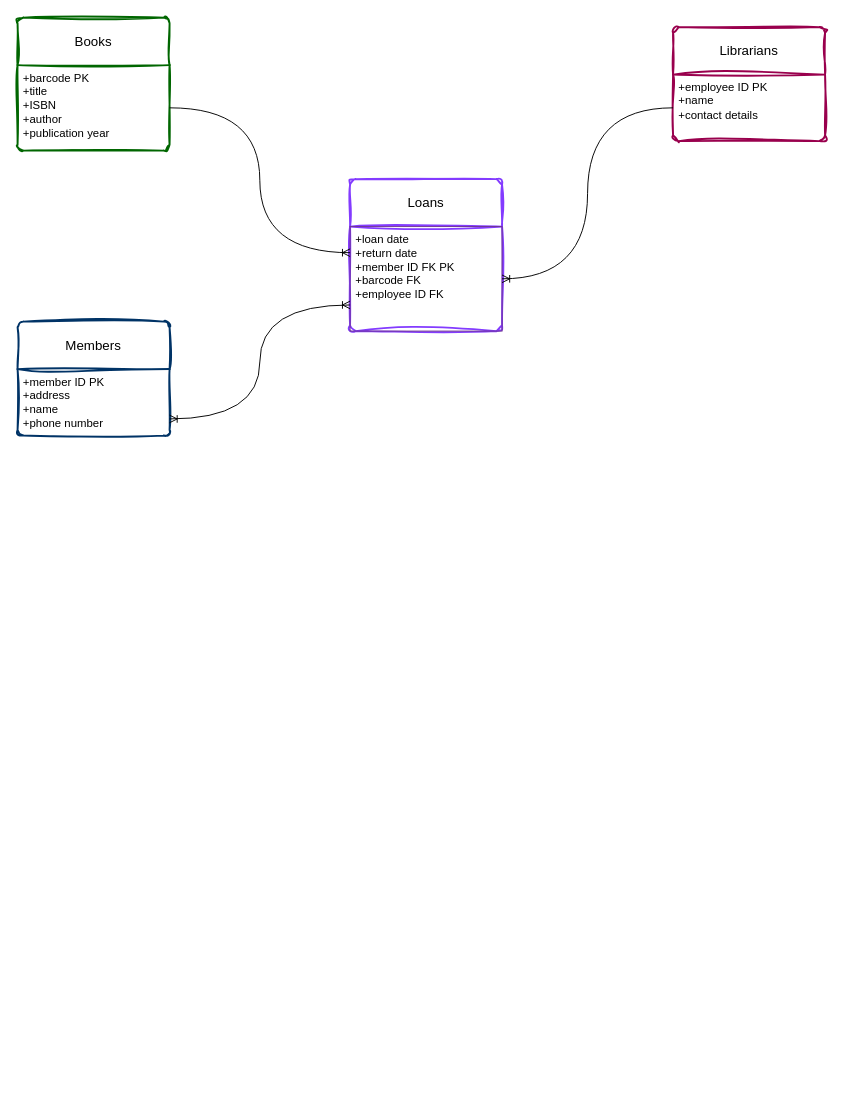
Before: at1/Thursday Library.drawio in Cha0ticDawn/at1, a draw.io diagram. Source tidied: cells renumbered, new cells numbered last; positions are measured from the earlier drawing's top-left corner, leaving out a move shared by most shapes. Both pictures are drawn from the tidied source at 95%, with x=0, y=0 at pixel (17, 17).
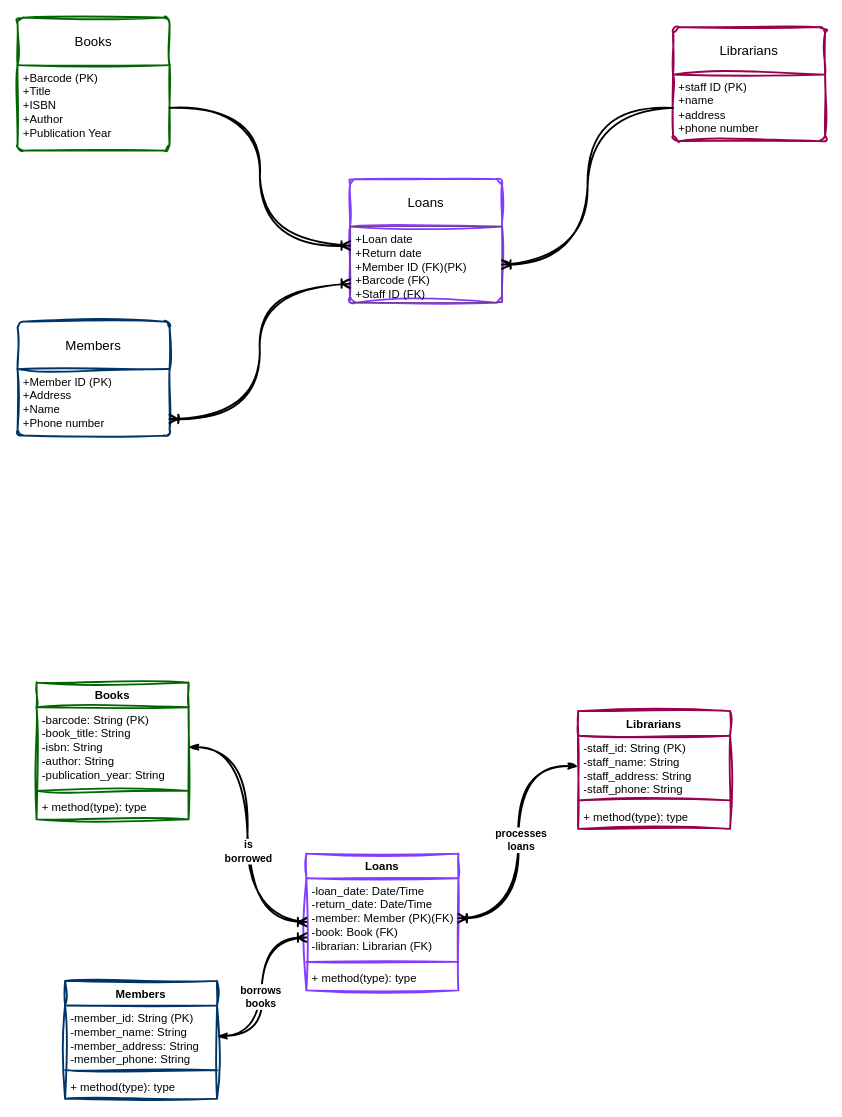
Above is the later version.

The change refers to these unchanged cells:
```xml
<mxCell id="2" value="Librarians" style="swimlane;horizontal=1;startSize=50;rounded=1;fontSize=14;fontStyle=0;strokeWidth=2;shadow=0;dashed=0;align=center;arcSize=4;whiteSpace=wrap;html=1;strokeColor=#99004D;sketch=1;curveFitting=1;jiggle=2;" parent="1" vertex="1">
  <mxGeometry x="690" y="10" width="160" height="120" as="geometry" />
</mxCell>
<mxCell id="6" value="Members" style="swimlane;horizontal=1;startSize=50;rounded=1;fontSize=14;fontStyle=0;strokeWidth=2;shadow=0;dashed=0;align=center;arcSize=4;whiteSpace=wrap;html=1;strokeColor=#003366;sketch=1;curveFitting=1;jiggle=2;" parent="1" vertex="1">
  <mxGeometry y="320" width="160" height="120" as="geometry" />
</mxCell>
<mxCell id="8" value="Books" style="swimlane;horizontal=1;startSize=50;rounded=1;fontSize=14;fontStyle=0;strokeWidth=2;shadow=0;dashed=0;align=center;arcSize=4;whiteSpace=wrap;html=1;strokeColor=#006600;sketch=1;curveFitting=1;jiggle=2;" parent="1" vertex="1">
  <mxGeometry width="160" height="140" as="geometry" />
</mxCell>
```

The edit, as a diff of the source:
```diff
@@
-    <mxCell id="3" value="+employee ID PK&lt;div&gt;+name&lt;/div&gt;&lt;div&gt;+contact details&lt;/div&gt;" style="align=left;strokeColor=none;fillColor=none;spacingLeft=4;fontSize=12;verticalAlign=top;html=1;" parent="2" vertex="1">
+    <mxCell id="3" value="+staff ID (PK)&lt;div&gt;+name&lt;/div&gt;&lt;div&gt;+address&lt;/div&gt;&lt;div&gt;+phone number&lt;/div&gt;" style="align=left;strokeColor=none;fillColor=none;spacingLeft=4;fontSize=12;verticalAlign=top;html=1;" parent="2" vertex="1">
       <mxGeometry y="50" width="160" height="70" as="geometry" />
     </mxCell>
     <mxCell id="4" value="Loans" style="swimlane;horizontal=1;startSize=50;rounded=1;fontSize=14;fontStyle=0;strokeWidth=2;shadow=0;dashed=0;align=center;arcSize=4;whiteSpace=wrap;html=1;strokeColor=#833BFF;fillStyle=hatch;gradientColor=none;swimlaneFillColor=none;glass=0;sketch=1;curveFitting=1;jiggle=2;" parent="1" vertex="1">
-      <mxGeometry x="350" y="170" width="160" height="160" as="geometry" />
+      <mxGeometry x="350" y="170" width="160" height="130" as="geometry" />
     </mxCell>
-    <mxCell id="5" value="+loan date&amp;nbsp;&lt;br&gt;+return date&lt;div&gt;+member ID FK PK&lt;/div&gt;&lt;div&gt;+barcode FK&lt;/div&gt;&lt;div&gt;+employee ID FK&lt;/div&gt;" style="align=left;strokeColor=#6E368F;fillColor=none;spacingLeft=4;fontSize=12;verticalAlign=top;html=1;" parent="4" vertex="1">
-      <mxGeometry y="50" width="160" height="110" as="geometry" />
+    <mxCell id="5" value="+Loan date&amp;nbsp;&lt;br&gt;+Return date&lt;div&gt;+Member ID (FK)(PK)&lt;/div&gt;&lt;div&gt;+Barcode (FK)&lt;/div&gt;&lt;div&gt;+Staff ID (FK)&lt;/div&gt;" style="align=left;strokeColor=#6E368F;fillColor=none;spacingLeft=4;fontSize=12;verticalAlign=top;html=1;" parent="4" vertex="1">
+      <mxGeometry y="50" width="160" height="80" as="geometry" />
     </mxCell>
@@
-    <mxCell id="7" value="&lt;div&gt;+member ID PK&lt;br&gt;+address&lt;br&gt;+name&lt;div&gt;+phone number&lt;/div&gt;&lt;/div&gt;" style="align=left;strokeColor=none;fillColor=none;spacingLeft=4;fontSize=12;verticalAlign=top;html=1;" parent="6" vertex="1">
+    <mxCell id="7" value="&lt;div&gt;+Member ID (PK)&lt;br&gt;+Address&lt;br&gt;+Name&lt;div&gt;+Phone number&lt;/div&gt;&lt;/div&gt;" style="align=left;strokeColor=none;fillColor=none;spacingLeft=4;fontSize=12;verticalAlign=top;html=1;" parent="6" vertex="1">
       <mxGeometry y="50" width="160" height="70" as="geometry" />
     </mxCell>
@@
-    <mxCell id="9" value="&lt;div&gt;+barcode PK&lt;br&gt;&lt;/div&gt;+title&lt;br&gt;+ISBN&lt;br&gt;+author&lt;div&gt;+publication year&lt;/div&gt;" style="align=left;strokeColor=none;fillColor=none;spacingLeft=4;fontSize=12;verticalAlign=top;html=1;" parent="8" vertex="1">
+    <mxCell id="9" value="&lt;div&gt;+Barcode (PK)&lt;br&gt;&lt;/div&gt;+Title&lt;br&gt;+ISBN&lt;br&gt;+Author&lt;div&gt;+Publication Year&lt;/div&gt;" style="align=left;strokeColor=none;fillColor=none;spacingLeft=4;fontSize=12;verticalAlign=top;html=1;" parent="8" vertex="1">
       <mxGeometry y="50" width="160" height="90" as="geometry" />
     </mxCell>
-    <mxCell id="10" style="rounded=0;jettySize=auto;html=1;exitX=0;exitY=0.75;exitDx=0;exitDy=0;entryX=1;entryY=0.75;entryDx=0;entryDy=0;endArrow=ERoneToMany;endFill=0;startArrow=ERoneToMany;startFill=0;edgeStyle=orthogonalEdgeStyle;curved=1;" parent="1" edge="1" source="5" target="7">
+    <mxCell id="10" style="rounded=0;jettySize=auto;html=1;exitX=0;exitY=0.75;exitDx=0;exitDy=0;entryX=1;entryY=0.75;entryDx=0;entryDy=0;endArrow=ERoneToMany;endFill=0;startArrow=ERoneToMany;startFill=0;edgeStyle=orthogonalEdgeStyle;curved=1;strokeWidth=2;sketch=1;curveFitting=1;jiggle=2;" parent="1" edge="1" source="5" target="7">
       <mxGeometry relative="1" as="geometry" />
     </mxCell>
-    <mxCell id="11" style="edgeStyle=orthogonalEdgeStyle;rounded=0;jettySize=auto;html=1;exitX=1;exitY=0.5;exitDx=0;exitDy=0;entryX=0;entryY=0.25;entryDx=0;entryDy=0;curved=1;endArrow=ERoneToMany;endFill=0;" parent="1" edge="1" source="9" target="5">
+    <mxCell id="11" style="edgeStyle=orthogonalEdgeStyle;rounded=0;jettySize=auto;html=1;exitX=1;exitY=0.5;exitDx=0;exitDy=0;entryX=0;entryY=0.25;entryDx=0;entryDy=0;curved=1;endArrow=ERoneToMany;endFill=0;strokeWidth=2;sketch=1;curveFitting=1;jiggle=2;" parent="1" edge="1" source="9" target="5">
       <mxGeometry relative="1" as="geometry" />
     </mxCell>
-    <mxCell id="12" style="edgeStyle=orthogonalEdgeStyle;rounded=0;jettySize=auto;html=1;exitX=0;exitY=0.5;exitDx=0;exitDy=0;entryX=1;entryY=0.5;entryDx=0;entryDy=0;endArrow=ERoneToMany;endFill=0;curved=1;" parent="1" edge="1" source="3" target="5">
+    <mxCell id="12" style="edgeStyle=orthogonalEdgeStyle;rounded=0;jettySize=auto;html=1;exitX=0;exitY=0.5;exitDx=0;exitDy=0;entryX=1;entryY=0.5;entryDx=0;entryDy=0;endArrow=ERoneToMany;endFill=0;curved=1;strokeWidth=2;sketch=1;curveFitting=1;jiggle=2;" parent="1" edge="1" source="3" target="5">
       <mxGeometry relative="1" as="geometry" />
     </mxCell>
+    <mxCell id="13" value="Books" style="swimlane;fontStyle=1;align=center;verticalAlign=top;horizontal=1;startSize=26;whiteSpace=wrap;html=1;sketch=1;curveFitting=1;jiggle=2;strokeColor=#006600;rounded=0;strokeWidth=2;" parent="1" vertex="1">
+      <mxGeometry x="20" y="700" width="160" height="144" as="geometry" />
+    </mxCell>
+    <mxCell id="14" value="-barcode: String (PK)&lt;div&gt;-book_title: String&lt;/div&gt;&lt;div&gt;-isbn: String&lt;/div&gt;&lt;div&gt;-author: String&lt;/div&gt;&lt;div&gt;-publication_year: String&lt;/div&gt;" style="text;strokeColor=none;fillColor=none;align=left;verticalAlign=top;spacingLeft=4;spacingRight=4;overflow=hidden;points=[[0,0.5],[1,0.5]];portConstraint=eastwest;whiteSpace=wrap;html=1;" parent="13" vertex="1">
+      <mxGeometry y="26" width="160" height="84" as="geometry" />
+    </mxCell>
+    <mxCell id="15" style="line;strokeWidth=2;fillColor=none;align=left;verticalAlign=middle;spacingTop=-1;spacingLeft=3;spacingRight=3;labelPosition=right;strokeColor=inherit;sketch=1;curveFitting=1;jiggle=2;" parent="13" vertex="1">
+      <mxGeometry y="110" width="160" height="8" as="geometry" />
+    </mxCell>
+    <mxCell id="16" value="+ method(type): type" style="text;strokeColor=none;fillColor=none;align=left;verticalAlign=top;spacingLeft=4;spacingRight=4;overflow=hidden;whiteSpace=wrap;html=1;" parent="13" vertex="1">
+      <mxGeometry y="118" width="160" height="26" as="geometry" />
+    </mxCell>
+    <mxCell id="17" value="Members" style="swimlane;fontStyle=1;align=center;verticalAlign=top;horizontal=1;startSize=26;whiteSpace=wrap;html=1;strokeColor=#003366;sketch=1;curveFitting=1;jiggle=2;rounded=0;strokeWidth=2;" parent="1" vertex="1">
+      <mxGeometry x="50" y="1014" width="160" height="124" as="geometry" />
+    </mxCell>
+    <mxCell id="18" value="-member_id: String (PK)&lt;div&gt;-member_name: String&lt;/div&gt;&lt;div&gt;-member_address: String&lt;/div&gt;&lt;div&gt;-member_phone: String&lt;/div&gt;" style="text;strokeColor=none;fillColor=none;align=left;verticalAlign=top;spacingLeft=4;spacingRight=4;overflow=hidden;points=[[0,0.5],[1,0.5]];portConstraint=eastwest;whiteSpace=wrap;html=1;" parent="17" vertex="1">
+      <mxGeometry y="26" width="160" height="64" as="geometry" />
+    </mxCell>
+    <mxCell id="19" style="line;strokeWidth=2;fillColor=none;align=left;verticalAlign=middle;spacingTop=-1;spacingLeft=3;spacingRight=3;labelPosition=right;strokeColor=inherit;sketch=1;curveFitting=1;jiggle=2;" parent="17" vertex="1">
+      <mxGeometry y="90" width="160" height="8" as="geometry" />
+    </mxCell>
+    <mxCell id="20" value="+ method(type): type" style="text;strokeColor=none;fillColor=none;align=left;verticalAlign=top;spacingLeft=4;spacingRight=4;overflow=hidden;whiteSpace=wrap;html=1;" parent="17" vertex="1">
+      <mxGeometry y="98" width="160" height="26" as="geometry" />
+    </mxCell>
+    <mxCell id="21" value="Librarians" style="swimlane;fontStyle=1;align=center;verticalAlign=top;horizontal=1;startSize=26;whiteSpace=wrap;html=1;strokeColor=#99004D;sketch=1;curveFitting=1;jiggle=2;rounded=0;strokeWidth=2;" parent="1" vertex="1">
+      <mxGeometry x="590" y="730" width="160" height="124" as="geometry" />
+    </mxCell>
+    <mxCell id="22" value="-staff_id: String (PK)&lt;div&gt;-staff_name: String&lt;/div&gt;&lt;div&gt;-staff_address: String&lt;/div&gt;&lt;div&gt;-staff_phone: String&lt;/div&gt;" style="text;strokeColor=none;fillColor=none;align=left;verticalAlign=top;spacingLeft=4;spacingRight=4;overflow=hidden;points=[[0,0.5],[1,0.5]];portConstraint=eastwest;whiteSpace=wrap;html=1;" parent="21" vertex="1">
+      <mxGeometry y="26" width="160" height="64" as="geometry" />
+    </mxCell>
+    <mxCell id="23" style="line;strokeWidth=2;fillColor=none;align=left;verticalAlign=middle;spacingTop=-1;spacingLeft=3;spacingRight=3;labelPosition=right;strokeColor=inherit;sketch=1;curveFitting=1;jiggle=2;" parent="21" vertex="1">
+      <mxGeometry y="90" width="160" height="8" as="geometry" />
+    </mxCell>
+    <mxCell id="24" value="+ method(type): type" style="text;strokeColor=none;fillColor=none;align=left;verticalAlign=top;spacingLeft=4;spacingRight=4;overflow=hidden;whiteSpace=wrap;html=1;" parent="21" vertex="1">
+      <mxGeometry y="98" width="160" height="26" as="geometry" />
+    </mxCell>
+    <mxCell id="25" value="Loans" style="swimlane;fontStyle=1;align=center;verticalAlign=top;horizontal=1;startSize=26;whiteSpace=wrap;html=1;strokeColor=#833BFF;rounded=0;sketch=1;curveFitting=1;jiggle=2;strokeWidth=2;" parent="1" vertex="1">
+      <mxGeometry x="304" y="880" width="160" height="144" as="geometry" />
+    </mxCell>
+    <mxCell id="26" value="-loan_date: Date/Time&lt;div&gt;-return_date: Date/Time&lt;/div&gt;&lt;div&gt;-member: Member (PK)(FK)&lt;/div&gt;&lt;div&gt;-book: Book (FK)&lt;/div&gt;&lt;div&gt;-librarian: Librarian (FK)&lt;/div&gt;" style="text;strokeColor=none;fillColor=none;align=left;verticalAlign=top;spacingLeft=4;spacingRight=4;overflow=hidden;points=[[0,0.5],[1,0.5]];portConstraint=eastwest;whiteSpace=wrap;html=1;" parent="25" vertex="1">
+      <mxGeometry y="26" width="160" height="84" as="geometry" />
+    </mxCell>
+    <mxCell id="27" style="line;strokeWidth=2;fillColor=none;align=left;verticalAlign=middle;spacingTop=-1;spacingLeft=3;spacingRight=3;labelPosition=right;strokeColor=inherit;sketch=1;curveFitting=1;jiggle=2;" parent="25" vertex="1">
+      <mxGeometry y="110" width="160" height="8" as="geometry" />
+    </mxCell>
+    <mxCell id="28" value="+ method(type): type" style="text;strokeColor=none;fillColor=none;align=left;verticalAlign=top;spacingLeft=4;spacingRight=4;overflow=hidden;whiteSpace=wrap;html=1;" parent="25" vertex="1">
+      <mxGeometry y="118" width="160" height="26" as="geometry" />
+    </mxCell>
+    <mxCell id="29" style="edgeStyle=orthogonalEdgeStyle;rounded=0;jettySize=auto;html=1;exitX=1;exitY=0.5;exitDx=0;exitDy=0;entryX=0;entryY=0.5;entryDx=0;entryDy=0;sketch=1;curveFitting=1;jiggle=2;strokeWidth=2;endArrow=ERoneToMany;endFill=0;curved=1;startArrow=classicThin;startFill=0;" parent="1" edge="1" source="14" target="25">
+      <mxGeometry relative="1" as="geometry" />
+    </mxCell>
+    <mxCell id="30" value="&lt;b&gt;is&lt;/b&gt;&lt;div&gt;&lt;b&gt;borrowed&lt;/b&gt;&lt;/div&gt;" style="edgeLabel;html=1;align=center;verticalAlign=middle;" parent="29" vertex="1">
+      <mxGeometry x="0.11" relative="1" as="geometry" />
+    </mxCell>
+    <mxCell id="31" style="edgeStyle=orthogonalEdgeStyle;rounded=0;jettySize=auto;html=1;entryX=0;entryY=0.743;entryDx=0;entryDy=0;entryPerimeter=0;strokeWidth=2;sketch=1;curveFitting=1;jiggle=2;curved=1;endArrow=ERoneToMany;endFill=0;startArrow=classicThin;startFill=0;" parent="1" edge="1" source="18" target="26">
+      <mxGeometry relative="1" as="geometry" />
+    </mxCell>
+    <mxCell id="32" value="&lt;b&gt;borrows&lt;/b&gt;&lt;div&gt;&lt;b&gt;books&lt;/b&gt;&lt;/div&gt;" style="edgeLabel;html=1;align=center;verticalAlign=middle;" parent="31" vertex="1">
+      <mxGeometry x="-0.1" y="2" relative="1" as="geometry" />
+    </mxCell>
+    <mxCell id="33" style="edgeStyle=orthogonalEdgeStyle;rounded=0;jettySize=auto;html=1;exitX=0;exitY=0.5;exitDx=0;exitDy=0;entryX=1;entryY=0.5;entryDx=0;entryDy=0;strokeWidth=2;sketch=1;curveFitting=1;jiggle=2;curved=1;endArrow=ERoneToMany;endFill=0;startArrow=classicThin;startFill=0;" parent="1" edge="1" source="22" target="26">
+      <mxGeometry relative="1" as="geometry" />
+    </mxCell>
+    <mxCell id="34" value="&lt;b&gt;processes&lt;/b&gt;&lt;div&gt;&lt;b&gt;loans&lt;/b&gt;&lt;/div&gt;" style="edgeLabel;html=1;align=center;verticalAlign=middle;" parent="33" vertex="1">
+      <mxGeometry x="-0.02" y="2" relative="1" as="geometry" />
+    </mxCell>
```
